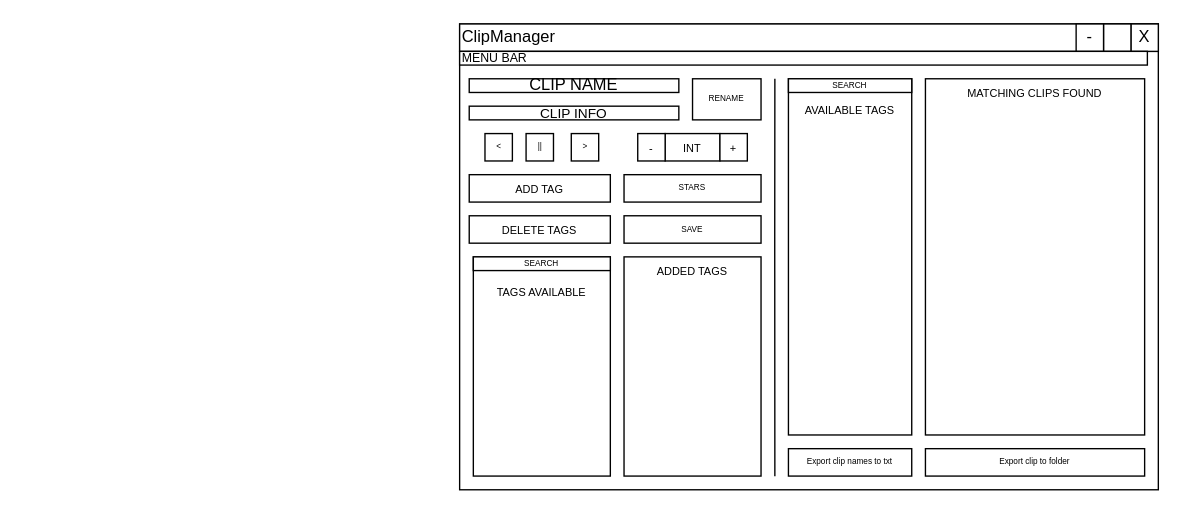
FabienMnsn/ClipManager keeps this draw.io diagram as Docs/GUI_design_v1.0.drawio. Above is the earlier version. Source tidied: cells renumbered, new cells numbered last; positions are measured from the earlier drawing's top-left corner, leaving out a move shared by most shapes. Both pictures are drawn from the tidied source at 137%, with x=0, y=0 at pixel (459, 23).
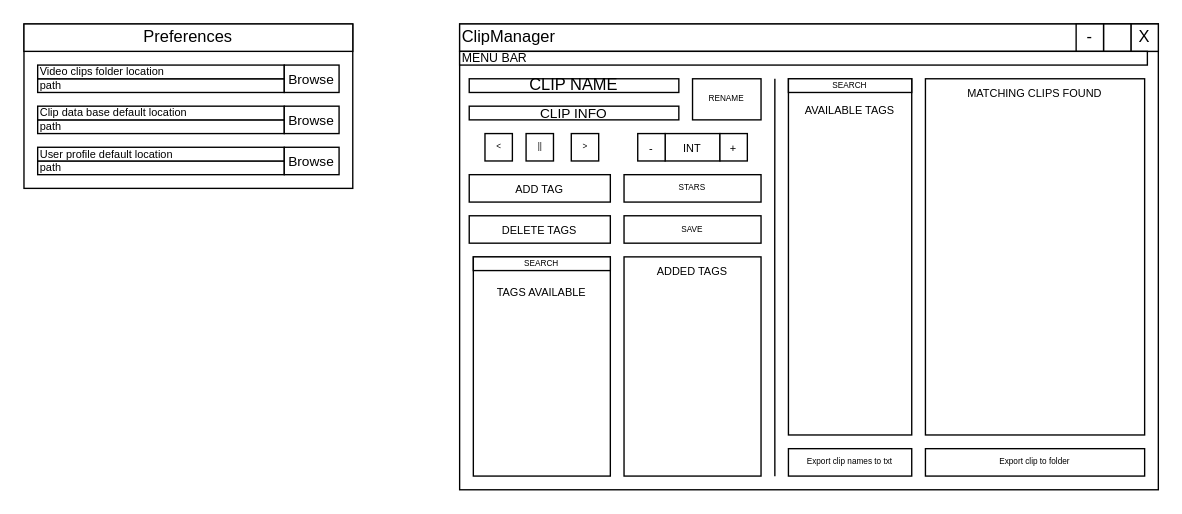
Above is the later version.

Commit message:
Added Preferences window

The edit, as a diff of the source:
```diff
@@
+    <mxCell id="30" style="rounded=0;whiteSpace=wrap;html=1;" parent="1" vertex="1">
+      <mxGeometry x="-318" width="240" height="120" as="geometry" />
+    </mxCell>
+    <mxCell id="31" value="Preferences" style="rounded=0;whiteSpace=wrap;html=1;" parent="1" vertex="1">
+      <mxGeometry x="-318" width="240" height="20" as="geometry" />
+    </mxCell>
+    <mxCell id="32" value="path" style="rounded=0;whiteSpace=wrap;html=1;align=left;fontSize=8;" parent="1" vertex="1">
+      <mxGeometry x="-308" y="40" width="180" height="10" as="geometry" />
+    </mxCell>
+    <mxCell id="33" value="Video clips folder location" style="rounded=0;whiteSpace=wrap;html=1;fontSize=8;align=left;" parent="1" vertex="1">
+      <mxGeometry x="-308" y="30" width="180" height="10" as="geometry" />
+    </mxCell>
+    <mxCell id="34" value="Browse" style="rounded=0;whiteSpace=wrap;html=1;align=center;fontSize=10;" parent="1" vertex="1">
+      <mxGeometry x="-128" y="30" width="40" height="20" as="geometry" />
+    </mxCell>
+    <mxCell id="35" value="path" style="rounded=0;whiteSpace=wrap;html=1;align=left;fontSize=8;" parent="1" vertex="1">
+      <mxGeometry x="-308" y="70" width="180" height="10" as="geometry" />
+    </mxCell>
+    <mxCell id="36" value="Clip data base default location" style="rounded=0;whiteSpace=wrap;html=1;fontSize=8;align=left;" parent="1" vertex="1">
+      <mxGeometry x="-308" y="60" width="180" height="10" as="geometry" />
+    </mxCell>
+    <mxCell id="37" value="Browse" style="rounded=0;whiteSpace=wrap;html=1;align=center;fontSize=10;" parent="1" vertex="1">
+      <mxGeometry x="-128" y="60" width="40" height="20" as="geometry" />
+    </mxCell>
+    <mxCell id="38" value="path" style="rounded=0;whiteSpace=wrap;html=1;align=left;fontSize=8;" parent="1" vertex="1">
+      <mxGeometry x="-308" y="100" width="180" height="10" as="geometry" />
+    </mxCell>
+    <mxCell id="39" value="User profile default location" style="rounded=0;whiteSpace=wrap;html=1;fontSize=8;align=left;" parent="1" vertex="1">
+      <mxGeometry x="-308" y="90" width="180" height="10" as="geometry" />
+    </mxCell>
+    <mxCell id="40" value="Browse" style="rounded=0;whiteSpace=wrap;html=1;align=center;fontSize=10;" parent="1" vertex="1">
+      <mxGeometry x="-128" y="90" width="40" height="20" as="geometry" />
+    </mxCell>
```
